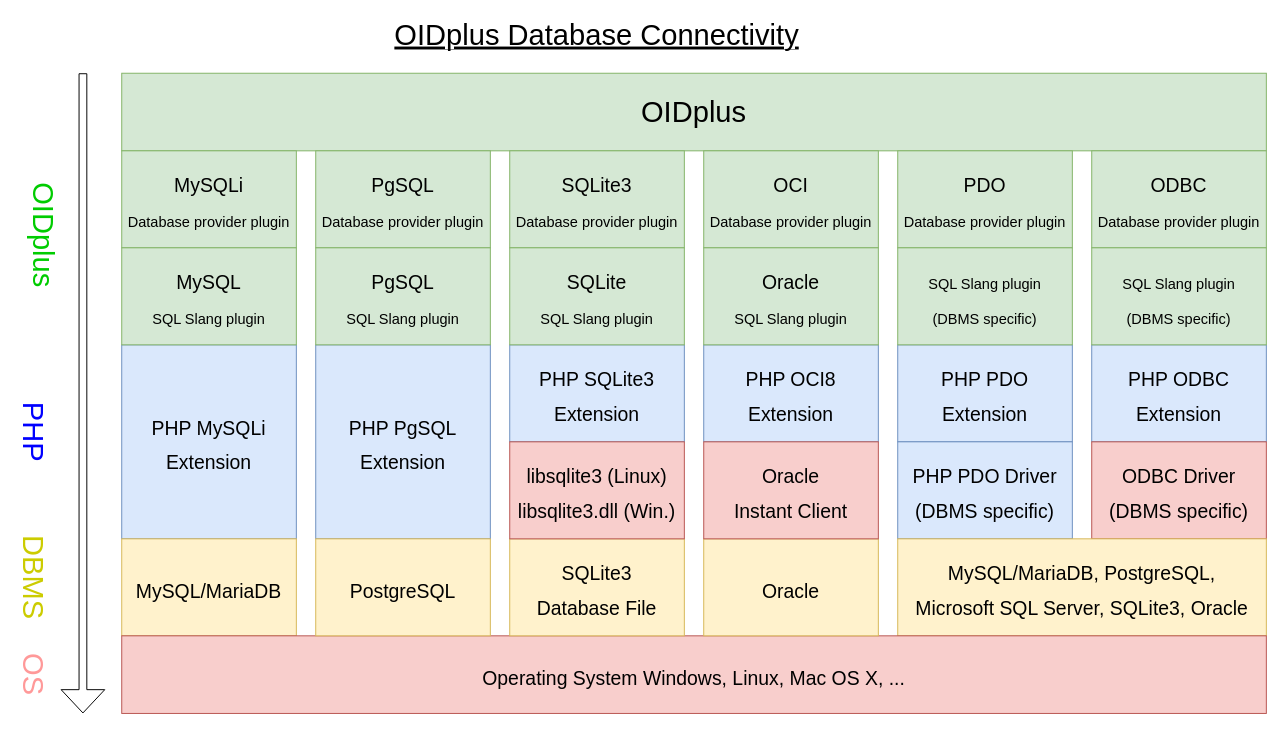
Earlier version of the draw.io diagram doc/database_connectivity_diagram.drawio (danielmarschall/oidplus). Source tidied: cells renumbered, new cells numbered last; positions are measured from the earlier drawing's top-left corner, leaving out a move shared by most shapes. Both pictures are drawn from the tidied source at 97%, with x=0, y=0 at pixel (-15, 24).
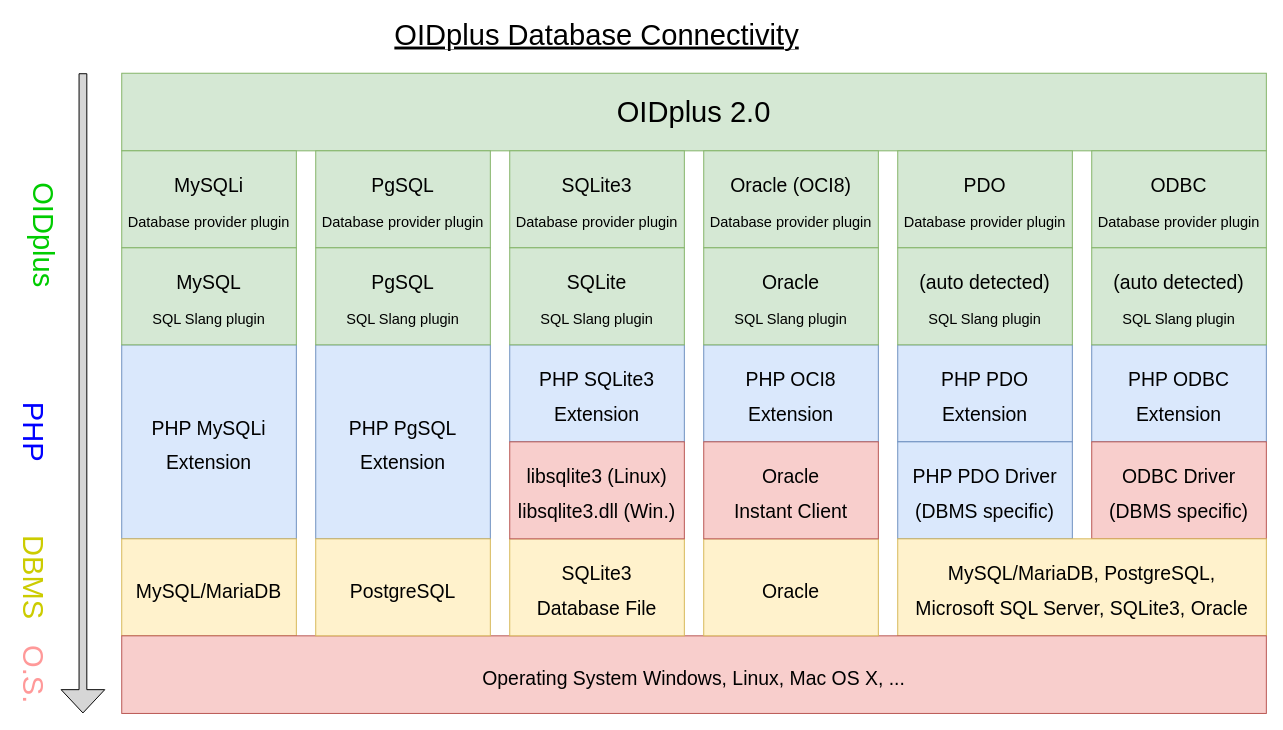
After the change.

Commit message (it also covers changes not shown here):
git-svn-id: https://svn.viathinksoft.com/svn/oidplus/trunk@1163 02e4d621-2042-4998-a0bc-9ccd24201011

Diff of the diagram source:
```diff
@@
-    <mxCell id="2" value="OIDplus" style="rounded=0;whiteSpace=wrap;html=1;fontSize=30;fillColor=#d5e8d4;strokeColor=#82b366;shadow=0;" parent="1" vertex="1">
+    <mxCell id="2" value="OIDplus 2.0" style="rounded=0;whiteSpace=wrap;html=1;fontSize=30;fillColor=#d5e8d4;strokeColor=#82b366;shadow=0;" parent="1" vertex="1">
       <mxGeometry x="140" y="50" width="1180" height="80" as="geometry" />
     </mxCell>
@@
-    <mxCell id="12" style="shape=flexArrow;endArrow=classic;html=1;fontSize=30;endWidth=36;endSize=7.67;width=8;shadow=0;" parent="1" edge="1">
+    <mxCell id="12" style="shape=flexArrow;endArrow=classic;html=1;fontSize=30;endWidth=36;endSize=7.67;width=8;shadow=0;fillColor=#D6D6D6;" parent="1" edge="1">
       <mxGeometry relative="1" as="geometry">
         <mxPoint x="100" y="50" as="sourcePoint" />
         <mxPoint x="100" y="710" as="targetPoint" />
       </mxGeometry>
     </mxCell>
@@
-    <mxCell id="19" value="OS" style="text;html=1;strokeColor=none;fillColor=none;align=center;verticalAlign=middle;whiteSpace=wrap;rounded=0;fontSize=30;rotation=90;direction=east;fontColor=#FF9999;shadow=0;" parent="1" vertex="1">
+    <mxCell id="19" value="O.S." style="text;html=1;strokeColor=none;fillColor=none;align=center;verticalAlign=middle;whiteSpace=wrap;rounded=0;fontSize=30;rotation=90;direction=east;fontColor=#FF9999;shadow=0;" parent="1" vertex="1">
       <mxGeometry x="15" y="660" width="70" height="20" as="geometry" />
     </mxCell>
@@
-    <mxCell id="30" value="&lt;font style=&quot;font-size: 20px&quot;&gt;&lt;span style=&quot;font-size: 15px&quot;&gt;SQL Slang plugin&lt;br&gt;(DBMS specific)&lt;/span&gt;&lt;br&gt;&lt;/font&gt;" style="rounded=0;whiteSpace=wrap;html=1;fontSize=30;fillColor=#d5e8d4;strokeColor=#82b366;shadow=0;" parent="1" vertex="1">
+    <mxCell id="30" value="&lt;font style=&quot;&quot;&gt;&lt;span style=&quot;font-size: 20px;&quot;&gt;(auto detected)&lt;/span&gt;&lt;br style=&quot;border-color: var(--border-color);&quot;&gt;&lt;font style=&quot;font-size: 15px;&quot;&gt;SQL Slang plugin&lt;/font&gt;&lt;br&gt;&lt;/font&gt;" style="rounded=0;whiteSpace=wrap;html=1;fontSize=30;fillColor=#d5e8d4;strokeColor=#82b366;shadow=0;" parent="1" vertex="1">
       <mxGeometry x="940" y="230" width="180" height="100" as="geometry" />
     </mxCell>
-    <mxCell id="31" value="&lt;font style=&quot;font-size: 20px&quot;&gt;&lt;span style=&quot;font-size: 15px&quot;&gt;SQL Slang plugin&lt;br&gt;(DBMS specific)&lt;/span&gt;&lt;br&gt;&lt;/font&gt;" style="rounded=0;whiteSpace=wrap;html=1;fontSize=30;fillColor=#d5e8d4;strokeColor=#82b366;shadow=0;" parent="1" vertex="1">
+    <mxCell id="31" value="&lt;font style=&quot;font-size: 20px&quot;&gt;(auto detected)&lt;br style=&quot;border-color: var(--border-color); font-size: 30px;&quot;&gt;&lt;font style=&quot;border-color: var(--border-color); font-size: 15px;&quot;&gt;SQL Slang plugin&lt;/font&gt;&lt;br&gt;&lt;/font&gt;" style="rounded=0;whiteSpace=wrap;html=1;fontSize=30;fillColor=#d5e8d4;strokeColor=#82b366;shadow=0;" parent="1" vertex="1">
       <mxGeometry x="1140" y="230" width="180" height="100" as="geometry" />
     </mxCell>
-    <mxCell id="32" value="&lt;font style=&quot;font-size: 20px&quot;&gt;OCI&lt;br&gt;&lt;span style=&quot;font-size: 15px&quot;&gt;Database provider plugin&lt;/span&gt;&lt;br&gt;&lt;/font&gt;" style="rounded=0;whiteSpace=wrap;html=1;fontSize=30;fillColor=#d5e8d4;strokeColor=#82b366;shadow=0;" parent="1" vertex="1">
+    <mxCell id="32" value="&lt;font style=&quot;font-size: 20px&quot;&gt;Oracle (OCI8)&lt;br&gt;&lt;span style=&quot;font-size: 15px&quot;&gt;Database provider plugin&lt;/span&gt;&lt;br&gt;&lt;/font&gt;" style="rounded=0;whiteSpace=wrap;html=1;fontSize=30;fillColor=#d5e8d4;strokeColor=#82b366;shadow=0;" parent="1" vertex="1">
       <mxGeometry x="740" y="130" width="180" height="100" as="geometry" />
     </mxCell>
```
